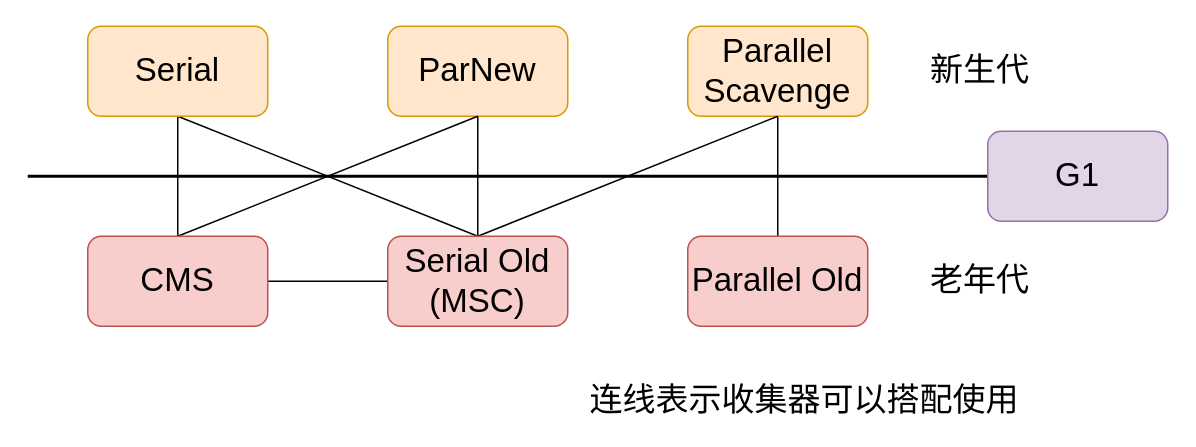
CunYu/study-note keeps this draw.io diagram as Java/JVM/image/HotSpot虚拟机垃圾收集器.drawio. Above is the earlier version. Source tidied: cells renumbered, new cells numbered last; positions are measured from the earlier drawing's top-left corner, leaving out a move shared by most shapes. Both pictures are drawn from the tidied source at 150%, with x=0, y=0 at pixel (27, 26).
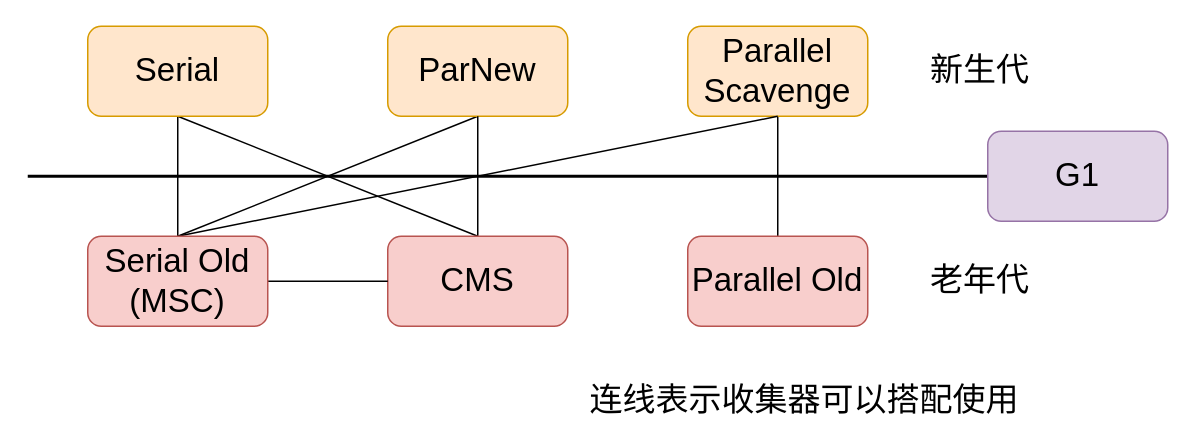
Above is the later version.

Unchanged cells that the change refers to:
```xml
<mxCell id="4" value="Serial" style="rounded=1;whiteSpace=wrap;html=1;fontSize=22;fillColor=#ffe6cc;strokeColor=#d79b00;" parent="1" vertex="1">
  <mxGeometry x="40" width="120" height="60" as="geometry" />
</mxCell>
<mxCell id="5" value="ParNew" style="rounded=1;whiteSpace=wrap;html=1;fontSize=22;fillColor=#ffe6cc;strokeColor=#d79b00;" parent="1" vertex="1">
  <mxGeometry x="240" width="120" height="60" as="geometry" />
</mxCell>
```

What changed in the source:
```diff
@@
-    <mxCell id="2" style="edgeStyle=orthogonalEdgeStyle;rounded=0;jettySize=auto;html=1;exitX=0.5;exitY=1;exitDx=0;exitDy=0;strokeWidth=1;fontSize=22;endArrow=none;endFill=0;" parent="1" edge="1" source="4" target="10">
+    <mxCell id="2" style="rounded=0;jettySize=auto;html=1;exitX=0.5;exitY=1;exitDx=0;exitDy=0;strokeWidth=1;fontSize=22;endArrow=none;endFill=0;entryX=0.5;entryY=0;entryDx=0;entryDy=0;" parent="1" edge="1" source="4" target="10">
       <mxGeometry relative="1" as="geometry" />
     </mxCell>
@@
+    <mxCell id="20" style="edgeStyle=none;rounded=0;jettySize=auto;html=1;exitX=0.5;exitY=1;exitDx=0;exitDy=0;entryX=0.5;entryY=0;entryDx=0;entryDy=0;endArrow=none;endFill=0;" parent="1" edge="1" source="5" target="13">
+      <mxGeometry relative="1" as="geometry" />
+    </mxCell>
@@
-    <mxCell id="9" style="edgeStyle=none;rounded=0;jettySize=auto;html=1;exitX=1;exitY=0.5;exitDx=0;exitDy=0;endArrow=none;endFill=0;strokeWidth=1;fontSize=22;" parent="1" edge="1" source="10" target="13">
-      <mxGeometry relative="1" as="geometry" />
-    </mxCell>
     <mxCell id="10" value="CMS" style="rounded=1;whiteSpace=wrap;html=1;fontSize=22;fillColor=#f8cecc;strokeColor=#b85450;" parent="1" vertex="1">
-      <mxGeometry x="40" y="140" width="120" height="60" as="geometry" />
+      <mxGeometry x="240" y="140" width="120" height="60" as="geometry" />
     </mxCell>
-    <mxCell id="11" style="edgeStyle=none;rounded=0;jettySize=auto;html=1;exitX=0.5;exitY=0;exitDx=0;exitDy=0;endArrow=none;endFill=0;strokeWidth=1;fontSize=22;" parent="1" edge="1" source="13" target="5">
-      <mxGeometry relative="1" as="geometry" />
-    </mxCell>
@@
+    <mxCell id="21" style="edgeStyle=none;rounded=0;jettySize=auto;html=1;exitX=1;exitY=0.5;exitDx=0;exitDy=0;endArrow=none;endFill=0;" parent="1" edge="1" source="13" target="10">
+      <mxGeometry relative="1" as="geometry" />
+    </mxCell>
     <mxCell id="13" value="Serial Old (MSC)" style="rounded=1;whiteSpace=wrap;html=1;fontSize=22;fillColor=#f8cecc;strokeColor=#b85450;" parent="1" vertex="1">
-      <mxGeometry x="240" y="140" width="120" height="60" as="geometry" />
+      <mxGeometry x="40" y="140" width="120" height="60" as="geometry" />
     </mxCell>
```
